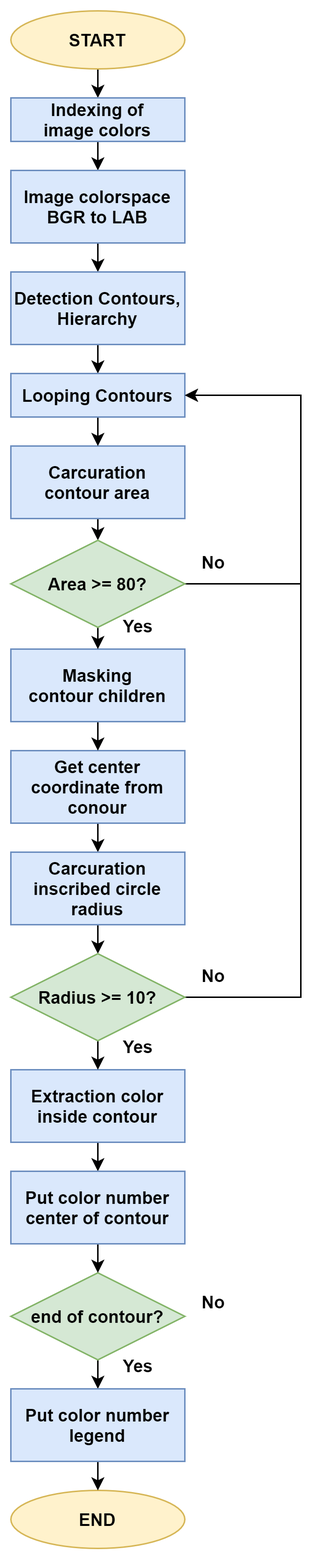
AutoPipo/EasyPipo keeps this draw.io diagram as about_project/flowchart_by_module/flowchart/3_AutoPIPO_flowchart-Put color number.png. Above is the earlier version. Source tidied: cells renumbered, new cells last; positions are measured from the earlier drawing's top-left corner, leaving out a move shared by most shapes.
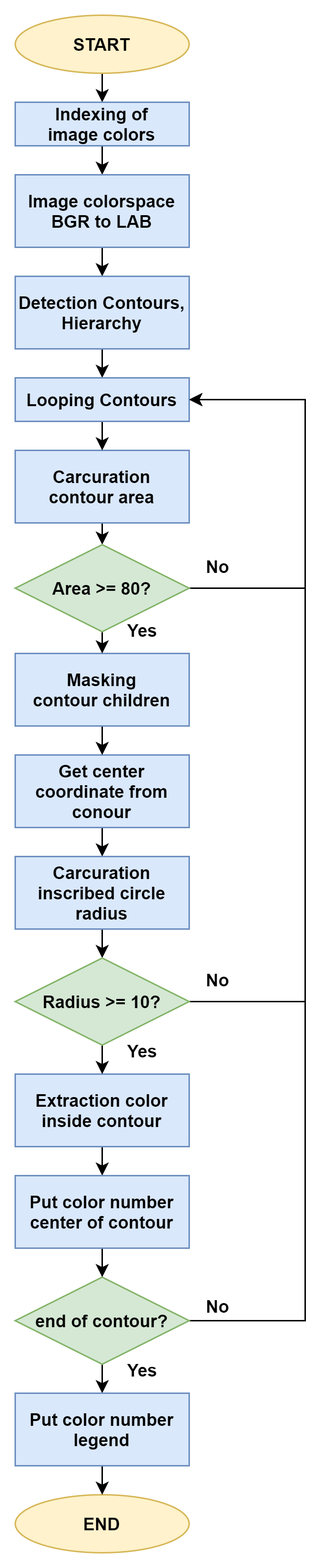
The same diagram one commit later.

Diff of the diagram source:
```diff
@@ -11,6 +11,14 @@
     <mxCell id="4" value="END" style="ellipse;whiteSpace=wrap;html=1;fontStyle=1;shadow=0;sketch=0;fillColor=#fff2cc;strokeColor=#d6b656;" parent="1" vertex="1">
       <mxGeometry y="1020" width="120" height="40" as="geometry" />
     </mxCell>
+    <mxCell id="41" style="edgeStyle=orthogonalEdgeStyle;rounded=0;jettySize=auto;html=1;exitX=0;exitY=1;exitDx=0;exitDy=0;entryX=1;entryY=0.5;entryDx=0;entryDy=0;" parent="1" edge="1" source="5" target="26">
+      <mxGeometry relative="1" as="geometry">
+        <Array as="points">
+          <mxPoint x="200" y="900" />
+          <mxPoint x="200" y="265" />
+        </Array>
+      </mxGeometry>
+    </mxCell>
     <mxCell id="5" value="No" style="text;html=1;align=center;verticalAlign=middle;whiteSpace=wrap;rounded=0;fontStyle=1;shadow=0;sketch=0;" parent="1" vertex="1">
       <mxGeometry x="120" y="880" width="40" height="20" as="geometry" />
     </mxCell>
```
